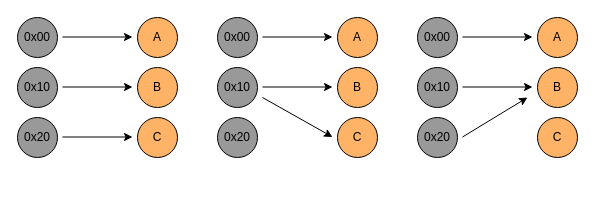
Earlier version of the draw.io diagram uniqueness.drawio (luxufan/simple-website-template). Source tidied: cells renumbered, new cells numbered last; positions are measured from the earlier drawing's top-left corner, leaving out a move shared by most shapes. Both pictures are drawn from the tidied source at 100%, with x=0, y=0 at pixel (17, 17).
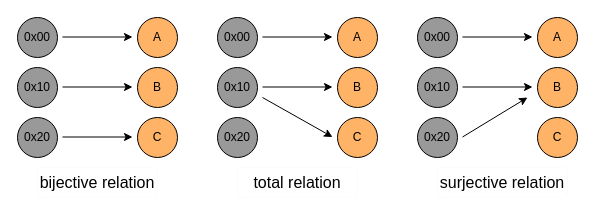
The same diagram, later.

Diff of the diagram source:
```diff
@@
+    <mxCell id="29" value="&lt;font style=&quot;font-size: 16px;&quot;&gt;bijective relation&lt;/font&gt;" style="rounded=1;whiteSpace=wrap;html=1;strokeColor=#FCFCFC;" parent="1" vertex="1">
+      <mxGeometry x="20" y="150" width="120" height="30" as="geometry" />
+    </mxCell>
+    <mxCell id="30" value="&lt;font style=&quot;font-size: 16px;&quot;&gt;total relation&lt;/font&gt;" style="rounded=1;whiteSpace=wrap;html=1;strokeColor=#FCFCFC;" parent="1" vertex="1">
+      <mxGeometry x="220" y="150" width="120" height="30" as="geometry" />
+    </mxCell>
+    <mxCell id="31" value="&lt;font style=&quot;font-size: 16px;&quot;&gt;surjective relation&lt;/font&gt;" style="rounded=1;whiteSpace=wrap;html=1;strokeColor=#FCFCFC;" parent="1" vertex="1">
+      <mxGeometry x="420" y="150" width="130" height="30" as="geometry" />
+    </mxCell>
```
